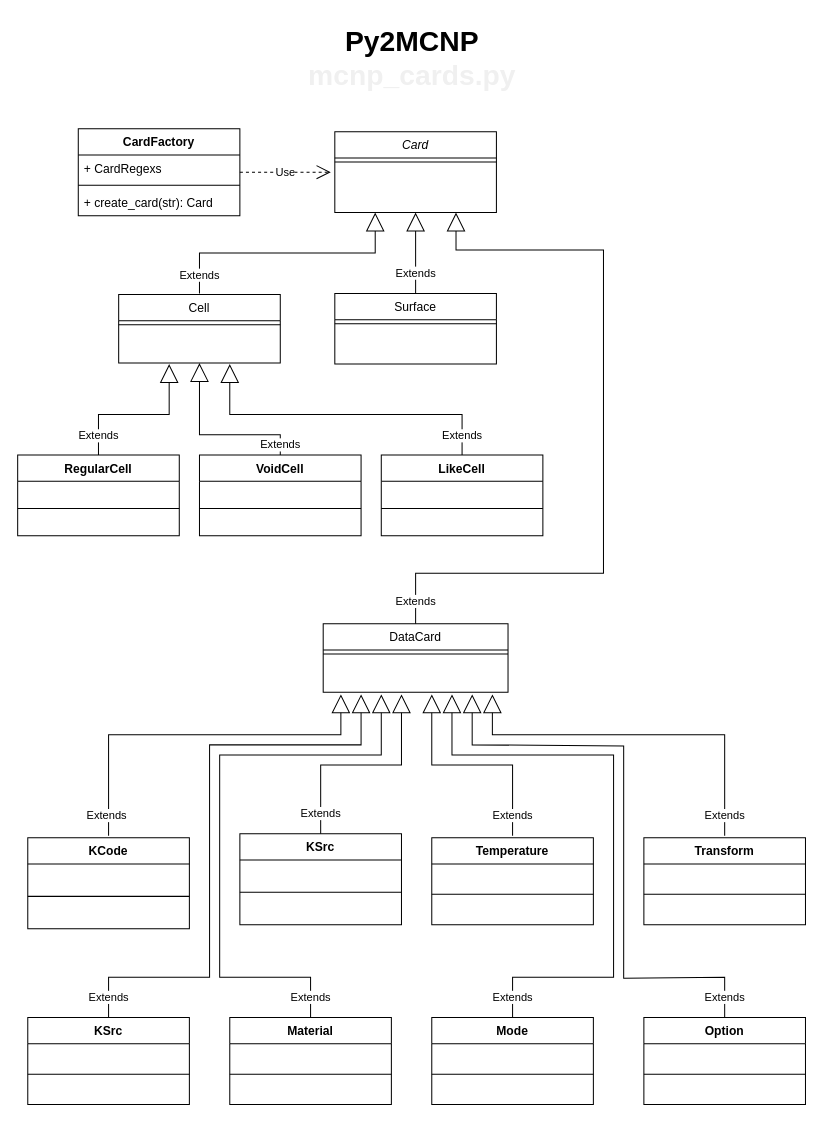
Earlier version of the draw.io diagram Template_Editor/Diagrams/MCNPCardsDiagram.drawio (dbeauch/MUSE). Source tidied: cells renumbered, new cells numbered last; positions are measured from the earlier drawing's top-left corner, leaving out a move shared by most shapes. Both pictures are drawn from the tidied source at 101%, with x=0, y=0 at pixel (17, 17).
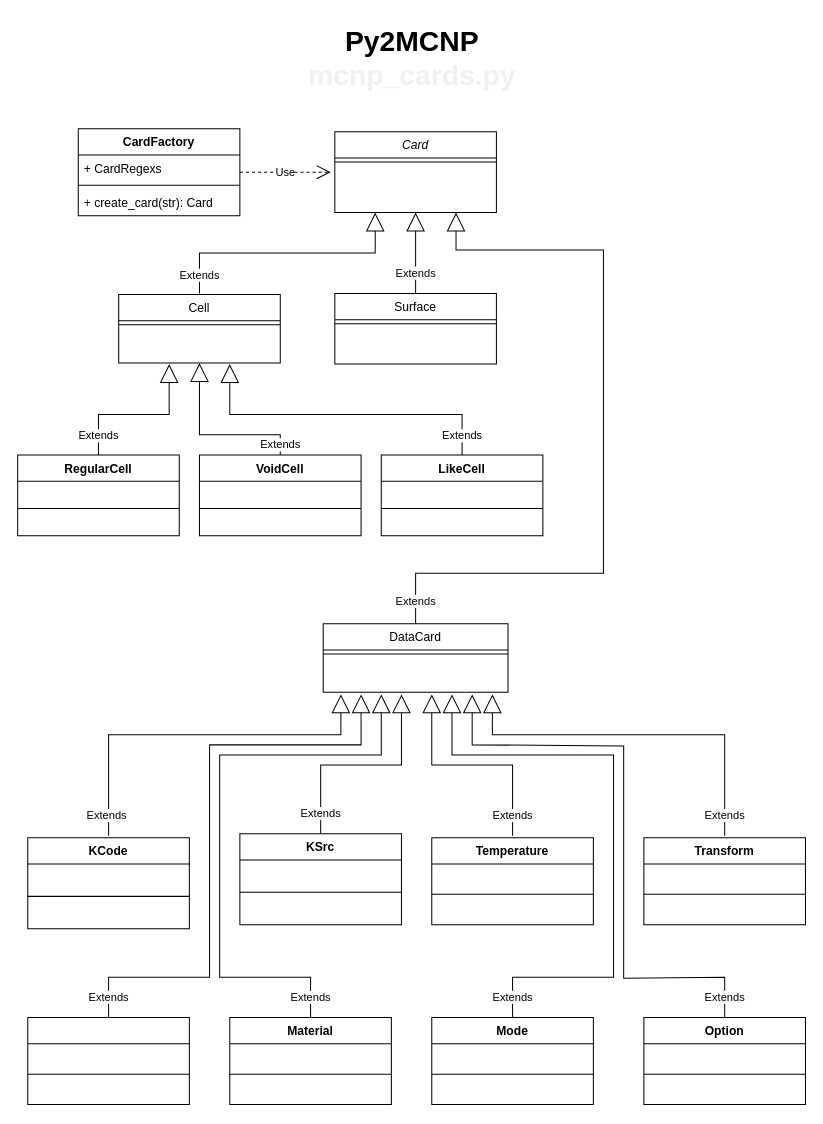
Above is the later version.

What changed in the source:
```diff
@@
-    <mxCell id="27" value="KSrc" style="swimlane;fontStyle=1;align=center;verticalAlign=top;horizontal=1;startSize=26;whiteSpace=wrap;html=1;" parent="1" vertex="1">
+    <mxCell id="27" style="swimlane;fontStyle=1;align=center;verticalAlign=top;horizontal=1;startSize=26;whiteSpace=wrap;html=1;" parent="1" vertex="1">
       <mxGeometry x="10" y="990" width="160" height="86" as="geometry" />
     </mxCell>
```
